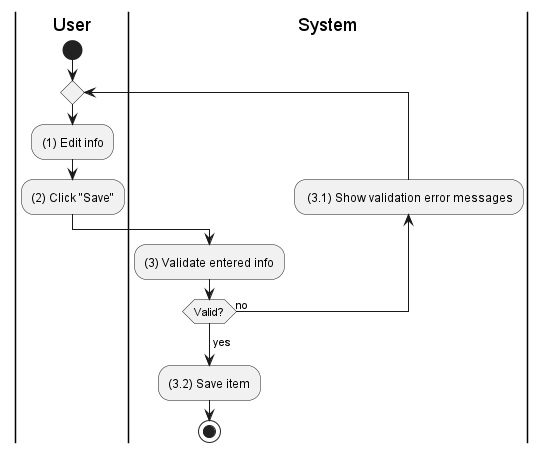
The PlantUML diagram activities/purchase-order-update.png in phihungha/scmss-reqs, before a commit.
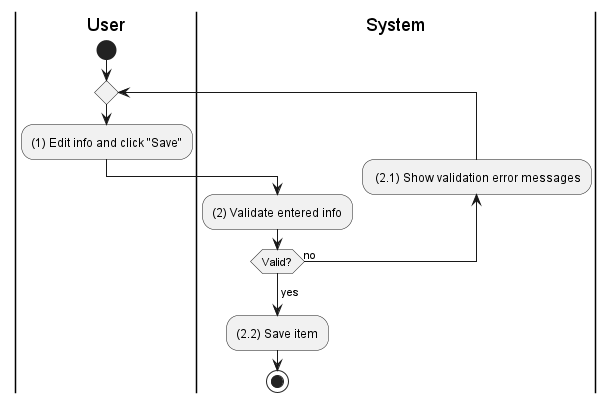
After the commit.

What changed in the source:
```diff
@@ -5,13 +5,12 @@
 |u|
 start
 repeat
-    :(1) Edit info;
-    :(2) Click "Save";
+    :(1) Edit info and click "Save";
     |s|
-    :(3) Validate entered info;
-    backward: (3.1) Show validation error messages;
+    :(2) Validate entered info;
+    backward: (2.1) Show validation error messages;
 repeat while (Valid?) is (no)
 ->yes;
-:(3.2) Save item;
+:(2.2) Save item;
 stop
 @enduml
```
